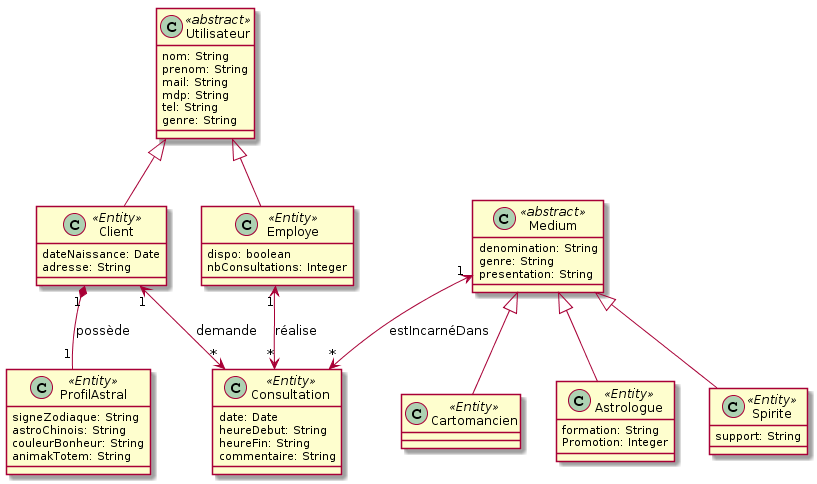
This is Periode1/Livrable 1/Domain-Diagram/UML.png from zakaria-n/DASI, a PlantUML export, as it was before one commit. Source of this version:
```plantuml
@startuml
class Utilisateur << abstract >>{
nom: String
prenom: String
mail: String
mdp: String
tel: String
genre: String
}
class Client << Entity >>{
dateNaissance: Date
adresse: String
}
class Employe << Entity >>{
dispo: boolean
nbConsultations: Integer
}

class ProfilAstral << Entity >> {
signeZodiaque: String
astroChinois: String
couleurBonheur: String
animakTotem: String
}

class Medium << abstract >>{
denomination: String
genre: String
presentation: String
}
class Cartomancien << Entity >>
{
}
class Astrologue << Entity>>
{
formation: String
Promotion: Integer
}
class Spirite << Entity >>
{
support: String
}

class Consultation << Entity >>
{
date: Date
heureDebut: String
heureFin: String
commentaire: String
}
Utilisateur <|-- Client
Utilisateur <|-- Employe
Client "1" *-- "1" ProfilAstral: possède
Medium <|-- Cartomancien
Medium <|-- Astrologue
Medium <|-- Spirite
Client "1" <--> "*"  Consultation : demande
Employe "1" <--> "*" Consultation: réalise
Medium "1" <--> "*" Consultation: estIncarnéDans
@enduml
```
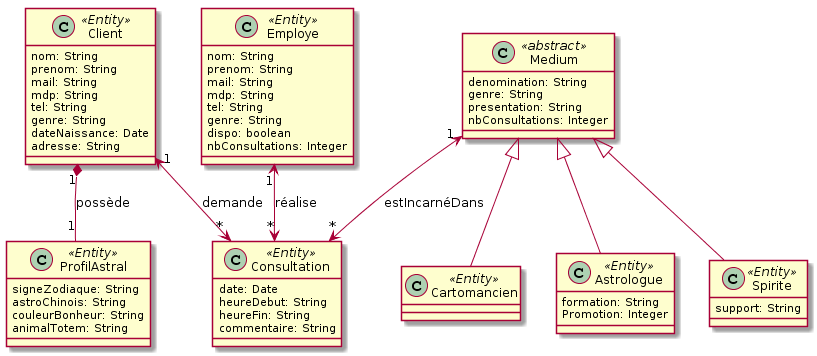
Above is the later version.

The edit, as a diff of the source:
```diff
@@ -1,17 +1,21 @@
 @startuml
-class Utilisateur << abstract >>{
+class Client << Entity >>{
 nom: String
 prenom: String
 mail: String
 mdp: String
 tel: String
 genre: String
-}
-class Client << Entity >>{
 dateNaissance: Date
 adresse: String
 }
 class Employe << Entity >>{
+nom: String
+prenom: String
+mail: String
+mdp: String
+tel: String
+genre: String
 dispo: boolean
 nbConsultations: Integer
 }
@@ -20,13 +24,14 @@
 signeZodiaque: String
 astroChinois: String
 couleurBonheur: String
-animakTotem: String
+animalTotem: String
 }
 
 class Medium << abstract >>{
 denomination: String
 genre: String
 presentation: String
+nbConsultations: Integer
 }
 class Cartomancien << Entity >>
 {
@@ -48,8 +53,6 @@
 heureFin: String
 commentaire: String
 }
-Utilisateur <|-- Client
-Utilisateur <|-- Employe
 Client "1" *-- "1" ProfilAstral: possède
 Medium <|-- Cartomancien
 Medium <|-- Astrologue
```
